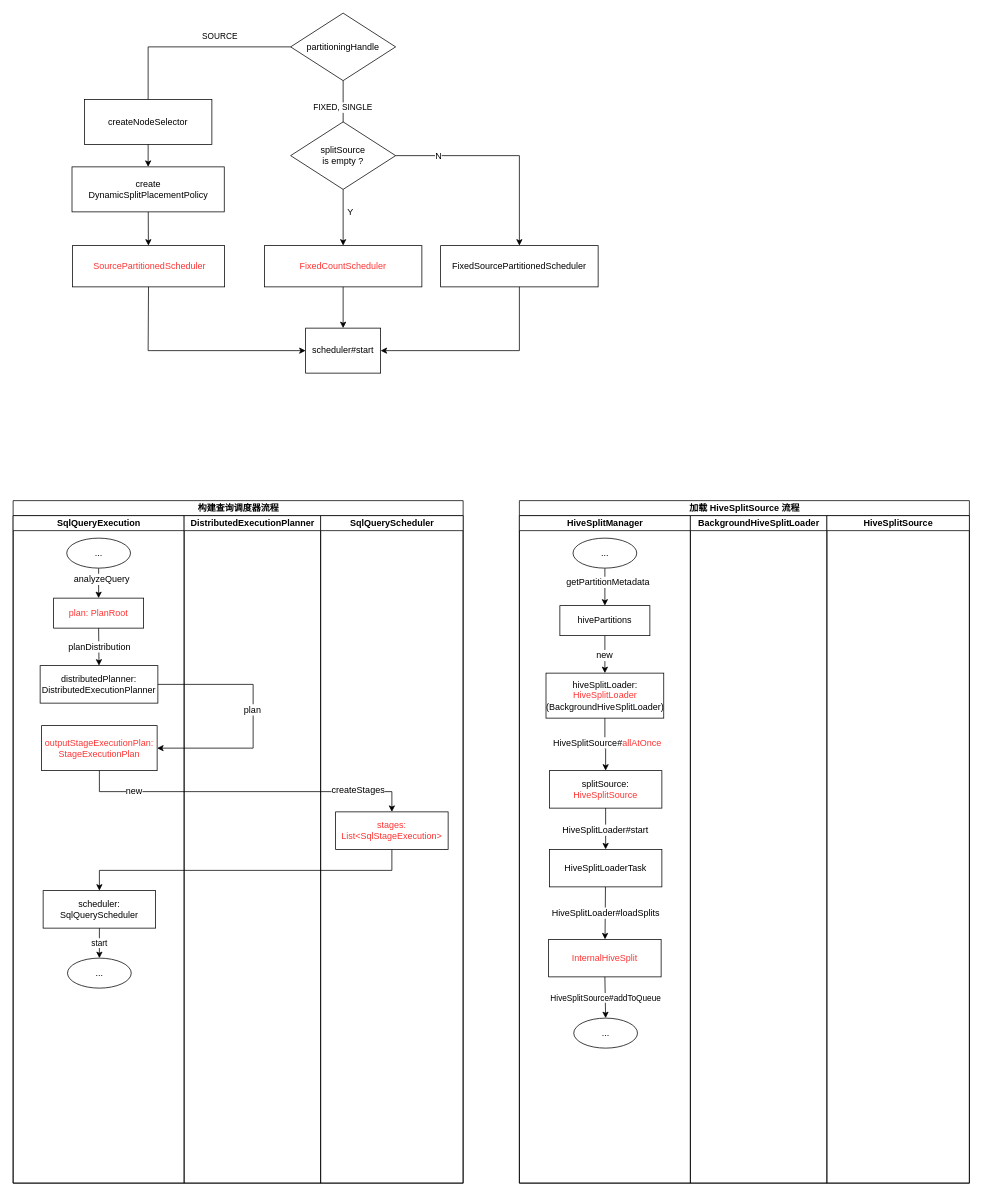
The draw.io diagram prestoSchedulerCreateStage.drawio in chuanjian666/drawio, before the edit. Source tidied: cells renumbered, new cells numbered last; positions are measured from the earlier drawing's top-left corner, leaving out a move shared by most shapes. Both pictures are drawn from the tidied source at 75%, with x=0, y=0 at pixel (13, 13).
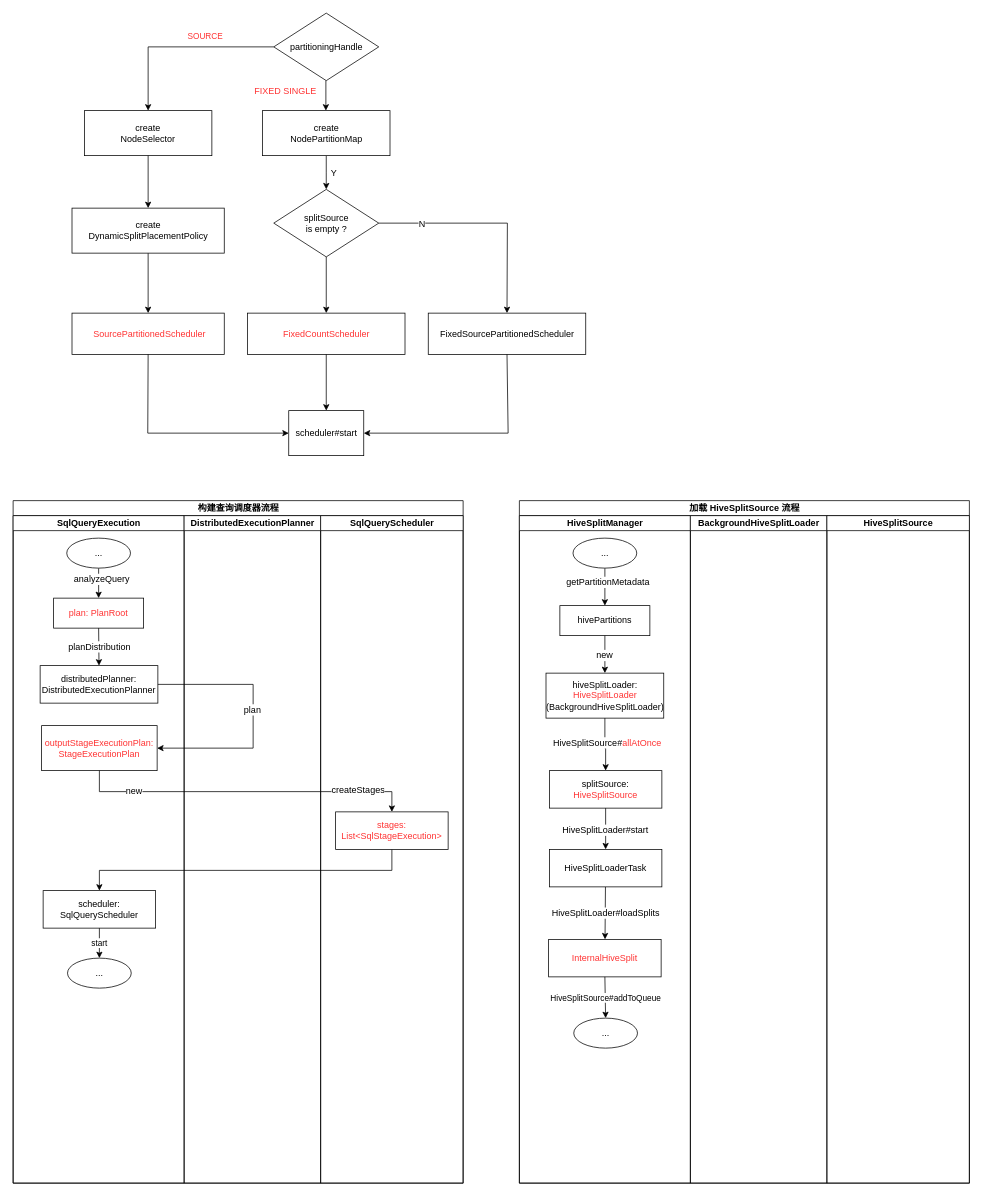
The same diagram, later.

Diff of the diagram source:
```diff
@@
     <mxCell id="2" value="partitioningHandle" style="rhombus;whiteSpace=wrap;html=1;" parent="1" vertex="1">
-      <mxGeometry x="370" width="140" height="90" as="geometry" />
+      <mxGeometry x="347.5" width="140" height="90" as="geometry" />
     </mxCell>
     <mxCell id="3" value="scheduler#start" style="whiteSpace=wrap;html=1;align=center;verticalAlign=middle;" parent="1" vertex="1">
-      <mxGeometry x="390" y="420" width="100" height="60" as="geometry" />
+      <mxGeometry x="367.5" y="530" width="100" height="60" as="geometry" />
     </mxCell>
-    <mxCell id="4" value="FIXED, SINGLE" style="edgeStyle=elbowEdgeStyle;elbow=vertical;startArrow=none;endArrow=none;rounded=0;exitX=0.5;exitY=1;exitDx=0;exitDy=0;" parent="1" edge="1" source="2">
-      <mxGeometry relative="1" as="geometry">
-        <mxPoint x="440" y="160" as="targetPoint" />
-      </mxGeometry>
+    <mxCell id="4" style="edgeStyle=elbowEdgeStyle;elbow=vertical;startArrow=none;endArrow=classic;rounded=0;exitX=0.5;exitY=1;exitDx=0;exitDy=0;entryX=0.5;entryY=0;entryDx=0;entryDy=0;endFill=1;" parent="1" edge="1" source="66" target="12">
+      <mxGeometry relative="1" as="geometry" />
     </mxCell>
-    <mxCell id="5" value="createNodeSelector" style="whiteSpace=wrap;html=1;align=center;verticalAlign=middle;" parent="1" vertex="1">
-      <mxGeometry x="95" y="115" width="170" height="60" as="geometry" />
+    <mxCell id="5" value="create&lt;br&gt;NodeSelector" style="whiteSpace=wrap;html=1;align=center;verticalAlign=middle;" parent="1" vertex="1">
+      <mxGeometry x="95" y="130" width="170" height="60" as="geometry" />
     </mxCell>
-    <mxCell id="6" value="SOURCE" style="edgeStyle=elbowEdgeStyle;elbow=vertical;startArrow=none;endArrow=none;rounded=0;exitX=0;exitY=0.5;exitDx=0;exitDy=0;" parent="1" edge="1" source="2" target="5">
+    <mxCell id="6" value="SOURCE" style="edgeStyle=elbowEdgeStyle;elbow=vertical;startArrow=none;endArrow=classic;rounded=0;exitX=0;exitY=0.5;exitDx=0;exitDy=0;endFill=1;fontColor=#FF3333;" parent="1" edge="1" source="2" target="5">
       <mxGeometry x="-0.28" y="-15" relative="1" as="geometry">
         <Array as="points">
           <mxPoint x="180" y="45" />
         </Array>
       </mxGeometry>
     </mxCell>
@@
     <mxCell id="8" value="create&lt;br&gt;DynamicSplitPlacementPolicy" style="whiteSpace=wrap;html=1;align=center;verticalAlign=middle;" parent="1" vertex="1">
-      <mxGeometry x="78.5" y="205" width="203" height="60" as="geometry" />
+      <mxGeometry x="78.5" y="260" width="203" height="60" as="geometry" />
     </mxCell>
     <mxCell id="9" value="&amp;nbsp;SourcePartitionedScheduler" style="whiteSpace=wrap;html=1;align=center;verticalAlign=middle;fontColor=#FF3333;" parent="1" vertex="1">
-      <mxGeometry x="79" y="310" width="203" height="55" as="geometry" />
+      <mxGeometry x="78.5" y="400" width="203" height="55" as="geometry" />
     </mxCell>
@@
     <mxCell id="11" style="edgeStyle=none;rounded=0;jettySize=auto;html=1;exitX=0.5;exitY=1;exitDx=0;exitDy=0;entryX=0;entryY=0.5;entryDx=0;entryDy=0;" parent="1" edge="1" source="9" target="3">
       <mxGeometry relative="1" as="geometry">
         <Array as="points">
-          <mxPoint x="180" y="450" />
+          <mxPoint x="179.5" y="560" />
         </Array>
       </mxGeometry>
     </mxCell>
     <mxCell id="12" value="splitSource&lt;br&gt;is empty ?" style="rhombus;whiteSpace=wrap;html=1;" parent="1" vertex="1">
-      <mxGeometry x="370" y="145" width="140" height="90" as="geometry" />
+      <mxGeometry x="347.5" y="235" width="140" height="90" as="geometry" />
     </mxCell>
     <mxCell id="13" value="FixedCountScheduler" style="whiteSpace=wrap;html=1;align=center;verticalAlign=middle;fontColor=#FF3333;" parent="1" vertex="1">
-      <mxGeometry x="335" y="310" width="210" height="55" as="geometry" />
+      <mxGeometry x="312.5" y="400" width="210" height="55" as="geometry" />
     </mxCell>
     <mxCell id="14" value="Y" style="text;html=1;strokeColor=none;fillColor=none;align=center;verticalAlign=middle;whiteSpace=wrap;rounded=0;" parent="1" vertex="1">
-      <mxGeometry x="430" y="255" width="40" height="20" as="geometry" />
+      <mxGeometry x="407.5" y="202.5" width="40" height="20" as="geometry" />
     </mxCell>
-    <mxCell id="15" style="edgeStyle=none;rounded=0;jettySize=auto;html=1;exitX=0.5;exitY=1;exitDx=0;exitDy=0;" parent="1" edge="1" source="12" target="13">
-      <mxGeometry relative="1" as="geometry" />
-    </mxCell>
     <mxCell id="16" style="edgeStyle=none;rounded=0;jettySize=auto;html=1;exitX=1;exitY=0.5;exitDx=0;exitDy=0;entryX=0.5;entryY=0;entryDx=0;entryDy=0;" parent="1" edge="1" source="12" target="18">
       <mxGeometry relative="1" as="geometry">
         <Array as="points">
-          <mxPoint x="675" y="190" />
+          <mxPoint x="659" y="280" />
         </Array>
       </mxGeometry>
     </mxCell>
@@
     <mxCell id="18" value="&lt;span style=&quot;white-space: normal&quot;&gt;FixedSourcePartitionedScheduler&lt;/span&gt;" style="whiteSpace=wrap;html=1;align=center;verticalAlign=middle;" parent="1" vertex="1">
-      <mxGeometry x="570" y="310" width="210" height="55" as="geometry" />
+      <mxGeometry x="553.5" y="400" width="210" height="55" as="geometry" />
     </mxCell>
@@
     <mxCell id="64" style="edgeStyle=none;rounded=0;jettySize=auto;html=1;exitX=0.5;exitY=1;exitDx=0;exitDy=0;entryX=1;entryY=0.5;entryDx=0;entryDy=0;" parent="1" edge="1" source="18" target="3">
       <mxGeometry relative="1" as="geometry">
         <Array as="points">
-          <mxPoint x="675" y="450" />
+          <mxPoint x="660" y="560" />
         </Array>
       </mxGeometry>
     </mxCell>
+    <mxCell id="65" value="FIXED SINGLE" style="text;html=1;fontSize=12;fontColor=#FF3333;" parent="1" vertex="1">
+      <mxGeometry x="320" y="90" width="110" height="30" as="geometry" />
+    </mxCell>
+    <mxCell id="66" value="create&lt;br&gt;NodePartitionMap" style="whiteSpace=wrap;html=1;align=center;verticalAlign=middle;" parent="1" vertex="1">
+      <mxGeometry x="332.5" y="130" width="170" height="60" as="geometry" />
+    </mxCell>
+    <mxCell id="15" style="edgeStyle=none;rounded=0;jettySize=auto;html=1;exitX=0.5;exitY=1;exitDx=0;exitDy=0;entryX=0.5;entryY=0;entryDx=0;entryDy=0;" parent="1" edge="1" source="12" target="13">
+      <mxGeometry relative="1" as="geometry" />
+    </mxCell>
+    <mxCell id="67" style="edgeStyle=none;rounded=0;orthogonalLoop=1;jettySize=auto;html=1;" parent="1" edge="1">
+      <mxGeometry relative="1" as="geometry">
+        <mxPoint x="417" y="90" as="sourcePoint" />
+        <mxPoint x="417" y="130" as="targetPoint" />
+      </mxGeometry>
+    </mxCell>
```
